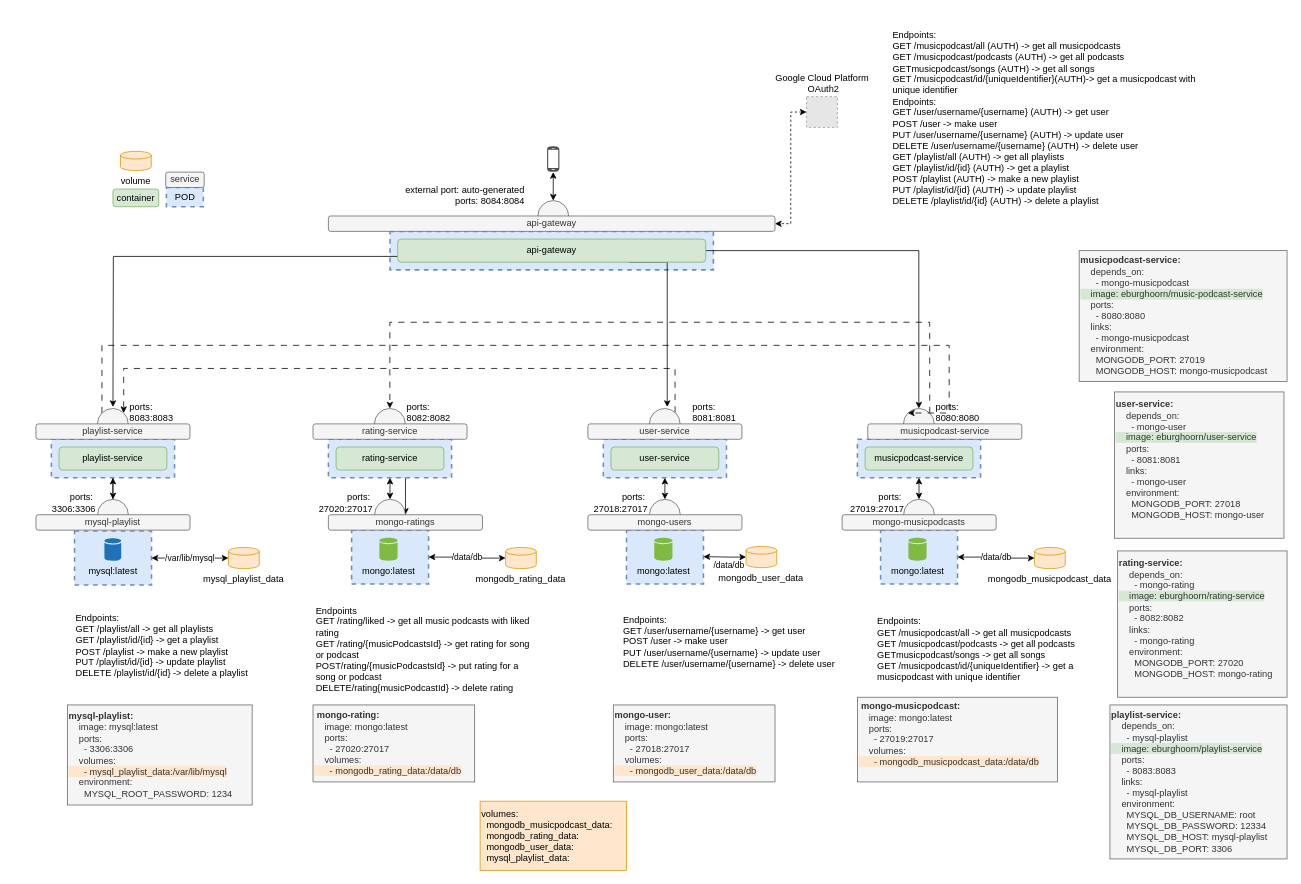
Before: muziekservice.drawio in EvaBurghoorn/ProjectEDE_muziekservice, a draw.io diagram. Source tidied: cells renumbered, new cells numbered last; positions are measured from the earlier drawing's top-left corner, leaving out a move shared by most shapes. Both pictures are drawn from the tidied source at 77%, with x=0, y=0 at pixel (13, 29). Pictures stored in the file or linked from it are replaced by grey dashed boxes.
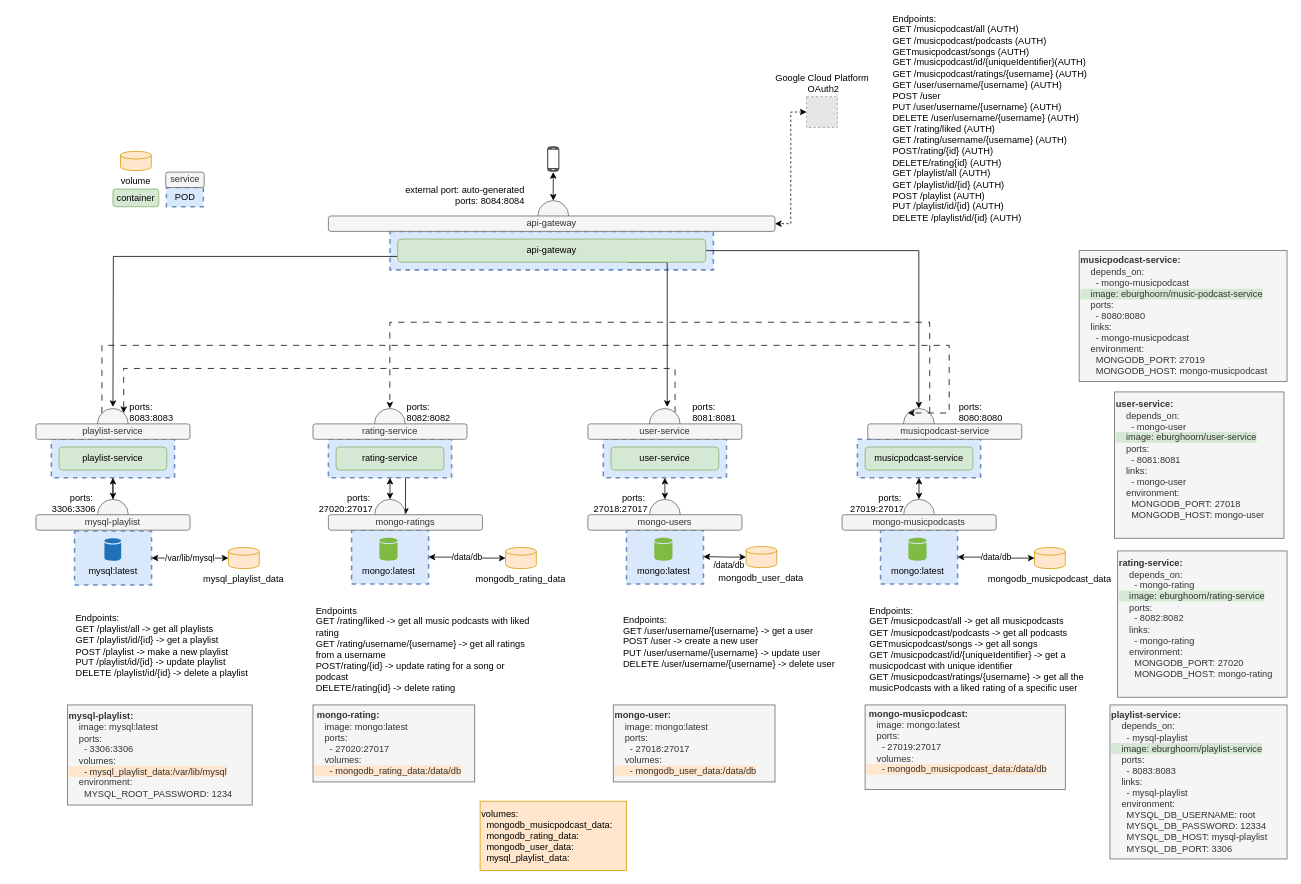
The same diagram, later.

Change to the diagram source:
```diff
@@
     <mxCell id="10" value="&lt;div&gt;ports:&lt;/div&gt;&lt;div&gt;8080:&lt;span style=&quot;background-color: initial;&quot;&gt;8080&lt;/span&gt;&lt;/div&gt;" style="text;html=1;strokeColor=none;fillColor=none;align=left;verticalAlign=middle;whiteSpace=wrap;rounded=0;" parent="1" vertex="1">
-      <mxGeometry x="1195.8" y="482" width="109" height="30" as="geometry" />
+      <mxGeometry x="1226.1" y="482" width="109" height="30" as="geometry" />
     </mxCell>
@@
-    <mxCell id="72" value="Endpoints:&lt;br&gt;GET /musicpodcast/all (AUTH) -&amp;gt; get all musicpodcasts&lt;br style=&quot;border-color: var(--border-color);&quot;&gt;GET /musicpodcast/podcasts (AUTH)&amp;nbsp;-&amp;gt; get all podcasts&lt;br style=&quot;border-color: var(--border-color);&quot;&gt;GETmusicpodcast/songs (AUTH) -&amp;gt; get all songs&lt;br style=&quot;border-color: var(--border-color);&quot;&gt;GET /musicpodcast/id/{uniqueIdentifier}(AUTH)-&amp;gt; get a musicpodcast with unique identifier&lt;br&gt;Endpoints:&lt;br style=&quot;border-color: var(--border-color);&quot;&gt;GET /user/username/{username} (AUTH) -&amp;gt; get user&lt;br style=&quot;border-color: var(--border-color);&quot;&gt;POST /user -&amp;gt; make user&lt;br style=&quot;border-color: var(--border-color);&quot;&gt;PUT /user/username&lt;span style=&quot;border-color: var(--border-color); background-color: initial;&quot;&gt;/{username} (AUTH) -&amp;gt; update user&lt;/span&gt;&lt;br style=&quot;border-color: var(--border-color);&quot;&gt;DELETE /user/username&lt;span style=&quot;border-color: var(--border-color); background-color: initial;&quot;&gt;/{username} (AUTH) -&amp;gt; delete user&lt;br style=&quot;border-color: var(--border-color);&quot;&gt;GET /playlist/all (AUTH) -&amp;gt; get all playlists&lt;br style=&quot;border-color: var(--border-color);&quot;&gt;GET /playlist/id/{id} (AUTH) -&amp;gt; get a playlist&lt;br style=&quot;border-color: var(--border-color);&quot;&gt;POST /playlist (AUTH) -&amp;gt; make a new playlist&lt;br style=&quot;border-color: var(--border-color);&quot;&gt;PUT /playlist/id/{id} (AUTH) -&amp;gt; update playlist&lt;br style=&quot;border-color: var(--border-color);&quot;&gt;DELETE /playlist/id/{id} (AUTH) -&amp;gt; delete a playlist&lt;br&gt;&lt;/span&gt;" style="text;html=1;strokeColor=none;fillColor=none;align=left;verticalAlign=middle;whiteSpace=wrap;rounded=0;" parent="1" vertex="1">
+    <mxCell id="72" value="Endpoints:&lt;br&gt;GET /musicpodcast/all (AUTH)&lt;br style=&quot;border-color: var(--border-color);&quot;&gt;GET /musicpodcast/podcasts (AUTH)&lt;br style=&quot;border-color: var(--border-color);&quot;&gt;GETmusicpodcast/songs (AUTH)&lt;br style=&quot;border-color: var(--border-color);&quot;&gt;GET /musicpodcast/id/{uniqueIdentifier}(AUTH)&lt;br&gt;GET /musicpodcast/ratings/{username} (AUTH)&lt;br style=&quot;border-color: var(--border-color);&quot;&gt;GET /user/username/{username} (AUTH)&lt;br style=&quot;border-color: var(--border-color);&quot;&gt;POST /user&lt;br style=&quot;border-color: var(--border-color);&quot;&gt;PUT /user/username&lt;span style=&quot;border-color: var(--border-color); background-color: initial;&quot;&gt;/{username} (AUTH)&lt;/span&gt;&lt;br style=&quot;border-color: var(--border-color);&quot;&gt;DELETE /user/username&lt;span style=&quot;border-color: var(--border-color); background-color: initial;&quot;&gt;/{username} (AUTH)&lt;br&gt;GET /rating/liked (AUTH)&lt;br style=&quot;border-color: var(--border-color);&quot;&gt;GET /rating/username/{username} (AUTH)&lt;br style=&quot;border-color: var(--border-color);&quot;&gt;POST/rating/{id} (AUTH)&lt;br style=&quot;border-color: var(--border-color);&quot;&gt;DELETE/rating{id} (AUTH)&lt;br style=&quot;border-color: var(--border-color);&quot;&gt;GET /playlist/all (AUTH)&lt;br style=&quot;border-color: var(--border-color);&quot;&gt;GET /playlist/id/{id} (AUTH)&lt;br style=&quot;border-color: var(--border-color);&quot;&gt;POST /playlist (AUTH)&lt;br style=&quot;border-color: var(--border-color);&quot;&gt;PUT /playlist/id/{id} (AUTH)&lt;br style=&quot;border-color: var(--border-color);&quot;&gt;DELETE /playlist/id/{id} (AUTH)&lt;br&gt;&lt;/span&gt;" style="text;html=1;strokeColor=none;fillColor=none;align=left;verticalAlign=middle;whiteSpace=wrap;rounded=0;" parent="1" vertex="1">
       <mxGeometry x="1140" width="430" height="230" as="geometry" />
     </mxCell>
-    <mxCell id="73" value="Endpoints:&lt;br&gt;GET /musicpodcast/all -&amp;gt; get all musicpodcasts&lt;br&gt;GET /musicpodcast/podcasts -&amp;gt; get all podcasts&lt;br&gt;GETmusicpodcast/songs -&amp;gt; get all songs&lt;br&gt;GET /musicpodcast/id/{uniqueIdentifier} -&amp;gt; get a musicpodcast with unique identifier" style="text;html=1;strokeColor=none;fillColor=none;align=left;verticalAlign=middle;whiteSpace=wrap;rounded=0;" parent="1" vertex="1">
-      <mxGeometry x="1120" y="760" width="290" height="90" as="geometry" />
+    <mxCell id="73" value="Endpoints:&lt;br&gt;GET /musicpodcast/all -&amp;gt; get all musicpodcasts&lt;br&gt;GET /musicpodcast/podcasts -&amp;gt; get all podcasts&lt;br&gt;GETmusicpodcast/songs -&amp;gt; get all songs&lt;br&gt;GET /musicpodcast/id/{uniqueIdentifier} -&amp;gt; get a musicpodcast with unique identifier&lt;br&gt;GET /musicpodcast/ratings/{username} -&amp;gt;&amp;nbsp;get all the musicPodcasts with a liked rating of a specific user" style="text;html=1;strokeColor=none;fillColor=none;align=left;verticalAlign=middle;whiteSpace=wrap;rounded=0;" parent="1" vertex="1">
+      <mxGeometry x="1109.5" y="760" width="290" height="90" as="geometry" />
     </mxCell>
-    <mxCell id="74" value="Endpoints:&lt;br&gt;GET /user/username/{username&lt;span style=&quot;background-color: initial;&quot;&gt;} -&amp;gt; get user&lt;/span&gt;&lt;br&gt;POST /user -&amp;gt; make user&lt;br&gt;PUT /user/username&lt;span style=&quot;background-color: initial;&quot;&gt;/{username} -&amp;gt; update user&lt;/span&gt;&lt;br&gt;DELETE /user/username&lt;span style=&quot;background-color: initial;&quot;&gt;/{username} -&amp;gt; delete user&lt;/span&gt;" style="text;html=1;strokeColor=none;fillColor=none;align=left;verticalAlign=middle;whiteSpace=wrap;rounded=0;" parent="1" vertex="1">
+    <mxCell id="74" value="Endpoints:&lt;br&gt;GET /user/username/{username&lt;span style=&quot;background-color: initial;&quot;&gt;} -&amp;gt; get a user&lt;/span&gt;&lt;br&gt;POST /user -&amp;gt; create a new user&lt;br&gt;PUT /user/username&lt;span style=&quot;background-color: initial;&quot;&gt;/{username} -&amp;gt; update user&lt;/span&gt;&lt;br&gt;DELETE /user/username&lt;span style=&quot;background-color: initial;&quot;&gt;/{username} -&amp;gt; delete user&lt;/span&gt;" style="text;html=1;strokeColor=none;fillColor=none;align=left;verticalAlign=middle;whiteSpace=wrap;rounded=0;" parent="1" vertex="1">
       <mxGeometry x="789.5" y="765" width="290" height="60" as="geometry" />
     </mxCell>
-    <mxCell id="75" value="Endpoints&lt;br&gt;GET /rating/liked -&amp;gt; get all music podcasts with liked rating&lt;br&gt;GET /rating/{musicPodcastsId} -&amp;gt; get rating for song or podcast&lt;br&gt;POST/rating/{musicPodcastsId} -&amp;gt; put rating for a song or podcast&lt;br&gt;DELETE/rating{musicPodcastId} -&amp;gt; delete rating" style="text;html=1;strokeColor=none;fillColor=none;align=left;verticalAlign=middle;whiteSpace=wrap;rounded=0;" parent="1" vertex="1">
+    <mxCell id="75" value="Endpoints&lt;br&gt;GET /rating/liked -&amp;gt; get all music podcasts with liked rating&lt;br&gt;GET /rating/username/{username} -&amp;gt; get all ratings from a username&lt;br&gt;POST/rating/{id} -&amp;gt; update rating for a song or podcast&lt;br&gt;DELETE/rating{id} -&amp;gt; delete rating" style="text;html=1;strokeColor=none;fillColor=none;align=left;verticalAlign=middle;whiteSpace=wrap;rounded=0;" parent="1" vertex="1">
       <mxGeometry x="391" y="785" width="290" height="40" as="geometry" />
     </mxCell>
@@
     <mxCell id="80" value="&lt;div&gt;&lt;b&gt;&amp;nbsp;mongo-musicpodcast:&lt;/b&gt;&lt;/div&gt;&lt;div style=&quot;&quot;&gt;&lt;div&gt;&amp;nbsp; &amp;nbsp; image: mongo:latest&lt;/div&gt;&lt;div style=&quot;&quot;&gt;&amp;nbsp; &amp;nbsp; ports:&lt;/div&gt;&lt;div style=&quot;&quot;&gt;&amp;nbsp; &amp;nbsp; &amp;nbsp; - 27019:27017&lt;/div&gt;&lt;div style=&quot;&quot;&gt;&amp;nbsp; &amp;nbsp; volumes&lt;span style=&quot;background-color: rgb(255, 255, 255);&quot;&gt;:&lt;/span&gt;&lt;/div&gt;&lt;div style=&quot;&quot;&gt;&lt;span style=&quot;background-color: rgb(255, 230, 204);&quot;&gt;&amp;nbsp; &amp;nbsp; &amp;nbsp; - mongodb_musicpodcast_data:/data/db&lt;/span&gt;&lt;/div&gt;&lt;div style=&quot;&quot;&gt;&amp;nbsp;&amp;nbsp;&lt;/div&gt;&lt;/div&gt;" style="text;html=1;align=left;verticalAlign=middle;strokeColor=#666666;fillColor=#f5f5f5;fontColor=#333333;" parent="1" vertex="1">
-      <mxGeometry x="1096" y="867" width="260" height="110" as="geometry" />
+      <mxGeometry x="1106" y="877" width="260" height="110" as="geometry" />
     </mxCell>
```
